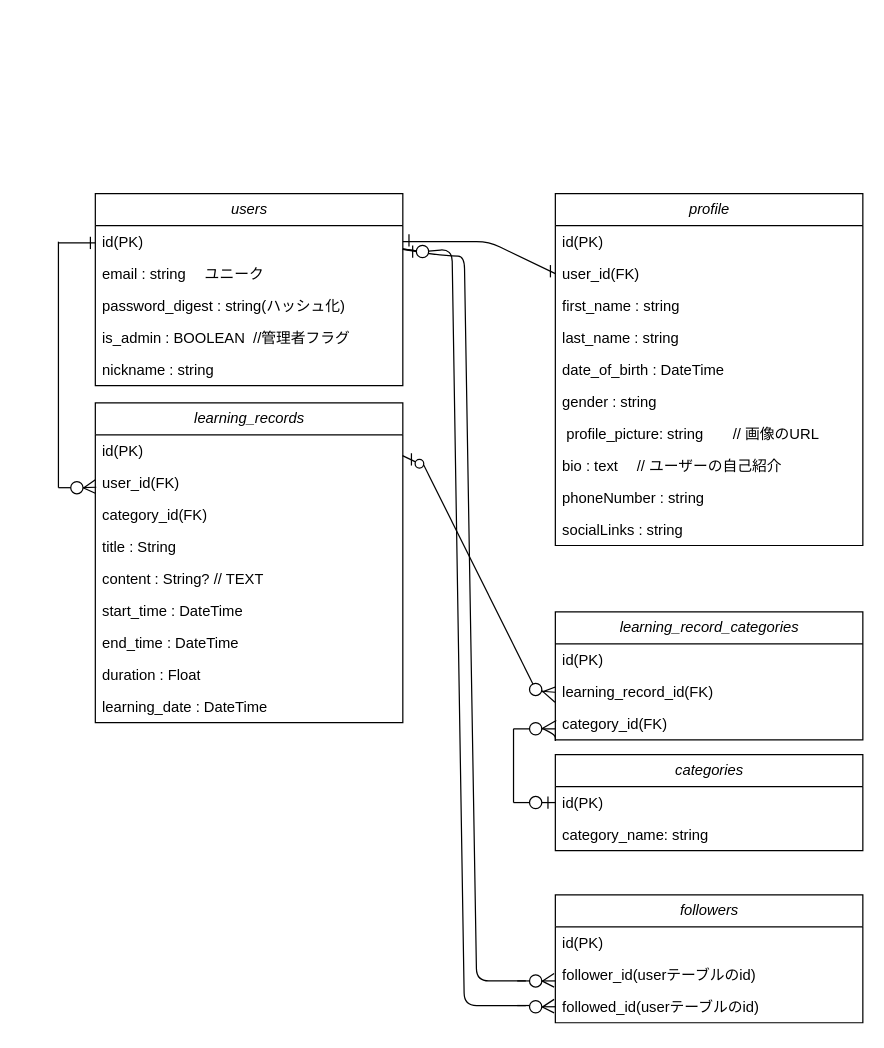
Above: doc/er-diagram.drawio in Kazuya-Sakashita/lernova (draw.io), before the change. Source tidied: cells renumbered, new cells numbered last; positions are measured from the earlier drawing's top-left corner, leaving out a move shared by most shapes. Both pictures are drawn from the tidied source at 123%, with x=0, y=0 at pixel (58, 193).
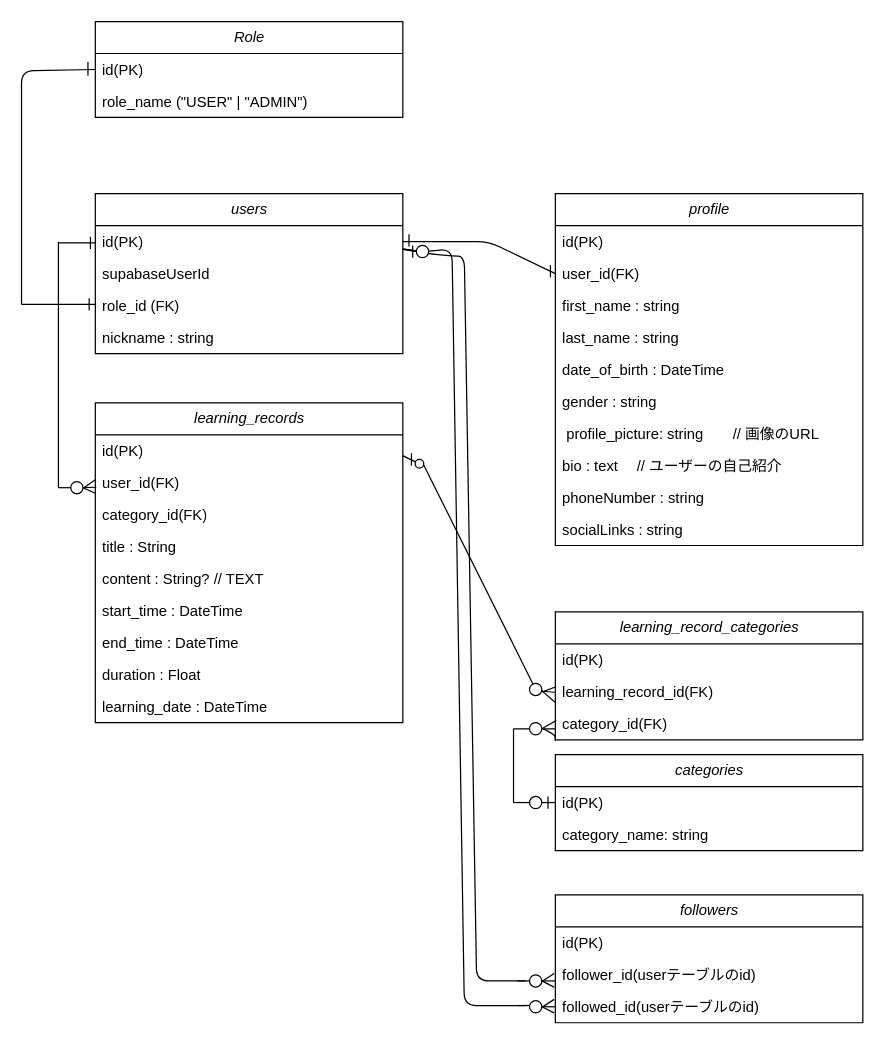
The same page after the edit.

Commit message:
usersテーブル修正、Roleテーブル追加

Diff of the diagram source:
```diff
@@
     <mxCell id="2" value="users" style="swimlane;fontStyle=2;horizontal=1;startSize=26;fillColor=none;html=1;" parent="1" vertex="1">
-      <mxGeometry x="30" width="250" height="156" as="geometry" />
+      <mxGeometry x="30" width="250" height="130" as="geometry" />
     </mxCell>
@@
-    <mxCell id="4" value="email : string 　ユニーク" style="text;strokeColor=none;fillColor=none;align=left;verticalAlign=top;spacingLeft=4;spacingRight=4;overflow=hidden;whiteSpace=wrap;html=1;" parent="2" vertex="1">
+    <mxCell id="4" value="supabaseUserId" style="text;strokeColor=none;fillColor=none;align=left;verticalAlign=top;spacingLeft=4;spacingRight=4;overflow=hidden;whiteSpace=wrap;html=1;" parent="2" vertex="1">
       <mxGeometry y="52" width="250" height="26" as="geometry" />
     </mxCell>
-    <mxCell id="5" value="password_digest : string(ハッシュ化)" style="text;strokeColor=none;fillColor=none;align=left;verticalAlign=top;spacingLeft=4;spacingRight=4;overflow=hidden;whiteSpace=wrap;html=1;" parent="2" vertex="1">
-      <mxGeometry y="78" width="250" height="26" as="geometry" />
-    </mxCell>
-    <mxCell id="6" value="is_admin&amp;nbsp;: BOOLEAN&amp;nbsp; //管理者フラグ" style="text;strokeColor=none;fillColor=none;align=left;verticalAlign=top;spacingLeft=4;spacingRight=4;overflow=hidden;whiteSpace=wrap;html=1;" parent="2" vertex="1">
-      <mxGeometry y="104" width="250" height="26" as="geometry" />
+    <mxCell id="6" value="role_id (FK)" style="text;strokeColor=none;fillColor=none;align=left;verticalAlign=top;spacingLeft=4;spacingRight=4;overflow=hidden;whiteSpace=wrap;html=1;" parent="2" vertex="1">
+      <mxGeometry y="78" width="250" height="26" as="geometry" />
     </mxCell>
     <mxCell id="7" value="nickname : string" style="text;strokeColor=none;fillColor=none;align=left;verticalAlign=top;spacingLeft=4;spacingRight=4;overflow=hidden;whiteSpace=wrap;html=1;" parent="2" vertex="1">
-      <mxGeometry y="130" width="250" height="26" as="geometry" />
+      <mxGeometry y="104" width="250" height="26" as="geometry" />
     </mxCell>
@@
+    <mxCell id="87" value="Role" style="swimlane;fontStyle=2;horizontal=1;startSize=26;fillColor=none;html=1;" parent="1" vertex="1">
+      <mxGeometry x="30" y="-140" width="250" height="78" as="geometry" />
+    </mxCell>
+    <mxCell id="88" value="id(PK)" style="text;strokeColor=none;fillColor=none;align=left;verticalAlign=top;spacingLeft=4;spacingRight=4;overflow=hidden;points=[[0,0.5],[1,0.5]];portConstraint=eastwest;whiteSpace=wrap;html=1;" parent="87" vertex="1">
+      <mxGeometry y="26" width="250" height="26" as="geometry" />
+    </mxCell>
+    <mxCell id="89" value="role_name (&lt;span class=&quot;hljs-string&quot;&gt;&quot;USER&quot;&lt;/span&gt; | &lt;span class=&quot;hljs-string&quot;&gt;&quot;ADMIN&quot;&lt;/span&gt;)" style="text;strokeColor=none;fillColor=none;align=left;verticalAlign=top;spacingLeft=4;spacingRight=4;overflow=hidden;whiteSpace=wrap;html=1;" parent="87" vertex="1">
+      <mxGeometry y="52" width="250" height="26" as="geometry" />
+    </mxCell>
+    <mxCell id="90" style="endArrow=none;html=1;" parent="1" edge="1">
+      <mxGeometry relative="1" as="geometry">
+        <mxPoint x="25" y="95" as="sourcePoint" />
+        <mxPoint x="25" y="85" as="targetPoint" />
+        <Array as="points">
+          <mxPoint x="25" y="95" />
+        </Array>
+      </mxGeometry>
+    </mxCell>
+    <mxCell id="91" style="endArrow=none;html=1;" parent="1" edge="1">
+      <mxGeometry relative="1" as="geometry">
+        <mxPoint x="-30" y="90" as="sourcePoint" />
+        <mxPoint x="30" y="90" as="targetPoint" />
+      </mxGeometry>
+    </mxCell>
+    <mxCell id="92" style="endArrow=none;html=1;entryX=0;entryY=0.5;entryDx=0;entryDy=0;" parent="1" edge="1" target="88">
+      <mxGeometry relative="1" as="geometry">
+        <mxPoint x="-30" y="90" as="sourcePoint" />
+        <Array as="points">
+          <mxPoint x="-30" y="-100" />
+        </Array>
+      </mxGeometry>
+    </mxCell>
+    <mxCell id="93" style="endArrow=none;html=1;" parent="1" edge="1">
+      <mxGeometry relative="1" as="geometry">
+        <mxPoint x="24" y="-96" as="sourcePoint" />
+        <mxPoint x="24" y="-107" as="targetPoint" />
+        <Array as="points">
+          <mxPoint x="24" y="-97" />
+        </Array>
+      </mxGeometry>
+    </mxCell>
```
